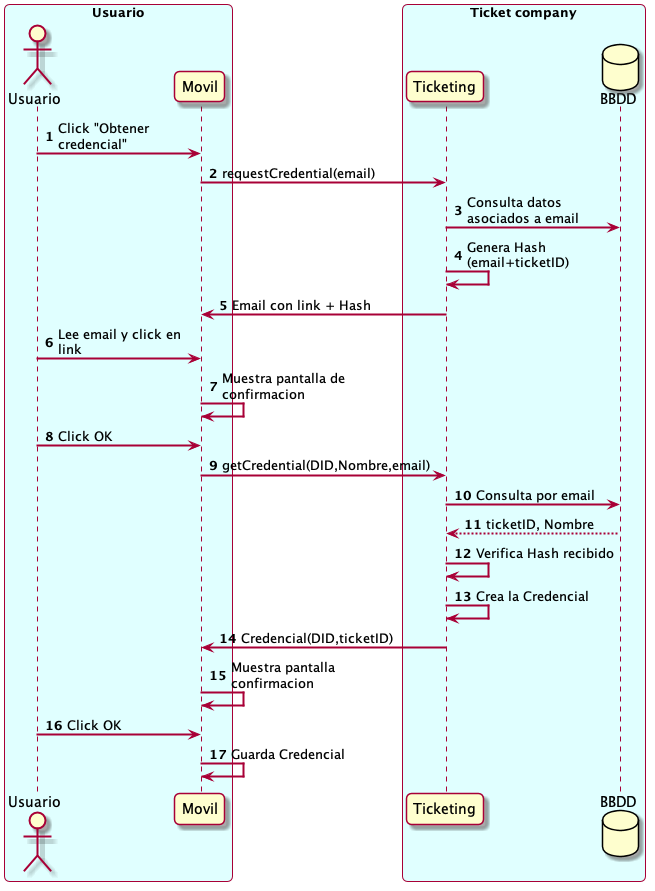
Above: assets/creacion-identidad.png in hesusruiz/EntradasSSI (PlantUML), before the change.
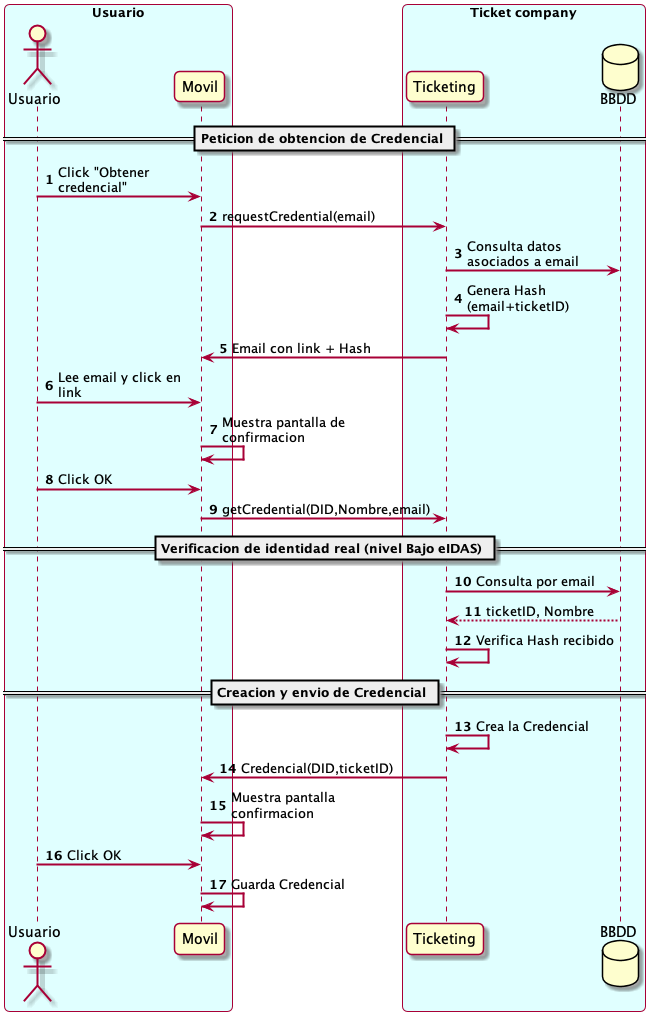
The same diagram one commit later.

Commit message:
Añadir nivel eIDAS

Diff of the diagram source:
```diff
@@ -14,6 +14,7 @@
   database "BBDD" as D
 end box
 
+== Peticion de obtencion de Credencial ==
 U -> M: Click "Obtener credencial"
 M -> T: requestCredential(email)
 
@@ -27,10 +28,13 @@
 
 M -> T: getCredential(DID,Nombre,email)
 
+== Verificacion de identidad real (nivel Bajo eIDAS) ==
 T -> D: Consulta por email
 return ticketID, Nombre
 
 T -> T: Verifica Hash recibido
+
+== Creacion y envio de Credencial ==
 T -> T: Crea la Credencial
 
 T -> M: Credencial(DID,ticketID)
```
